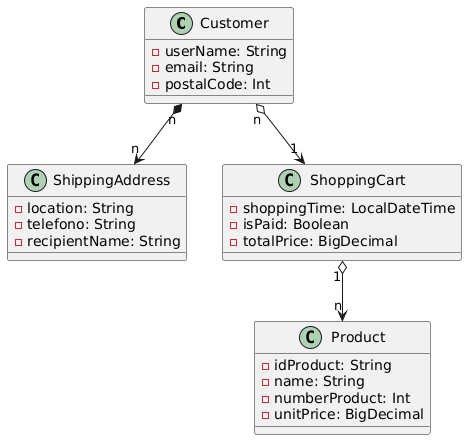
Earlier version of the PlantUML export docs/E-commerce-platform.model.png (miw-upm/apaw-practice).
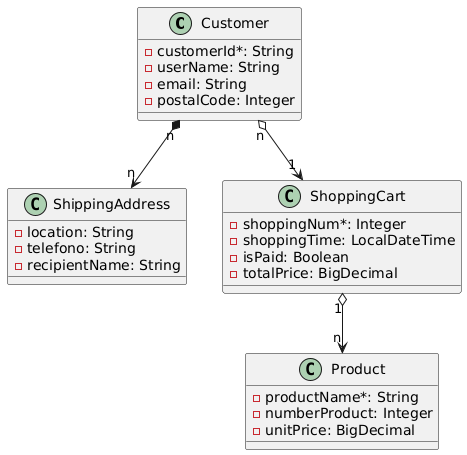
After the change.

The edit, as a diff of the source:
```diff
@@ -1,8 +1,9 @@
 @startuml
 class Customer {
+    - customerId*: String
     - userName: String
     - email: String
-    - postalCode: Int
+    - postalCode: Integer
 }
 
 class ShippingAddress {
@@ -12,13 +13,13 @@
 }
 
 class Product {
-    - idProduct: String
-    - name: String
-    - numberProduct: Int
+    - productName*: String
+    - numberProduct: Integer
     - unitPrice: BigDecimal
 }
 
 class ShoppingCart {
+    - shoppingNum*: Integer
     - shoppingTime: LocalDateTime
     - isPaid: Boolean
     - totalPrice: BigDecimal
```
